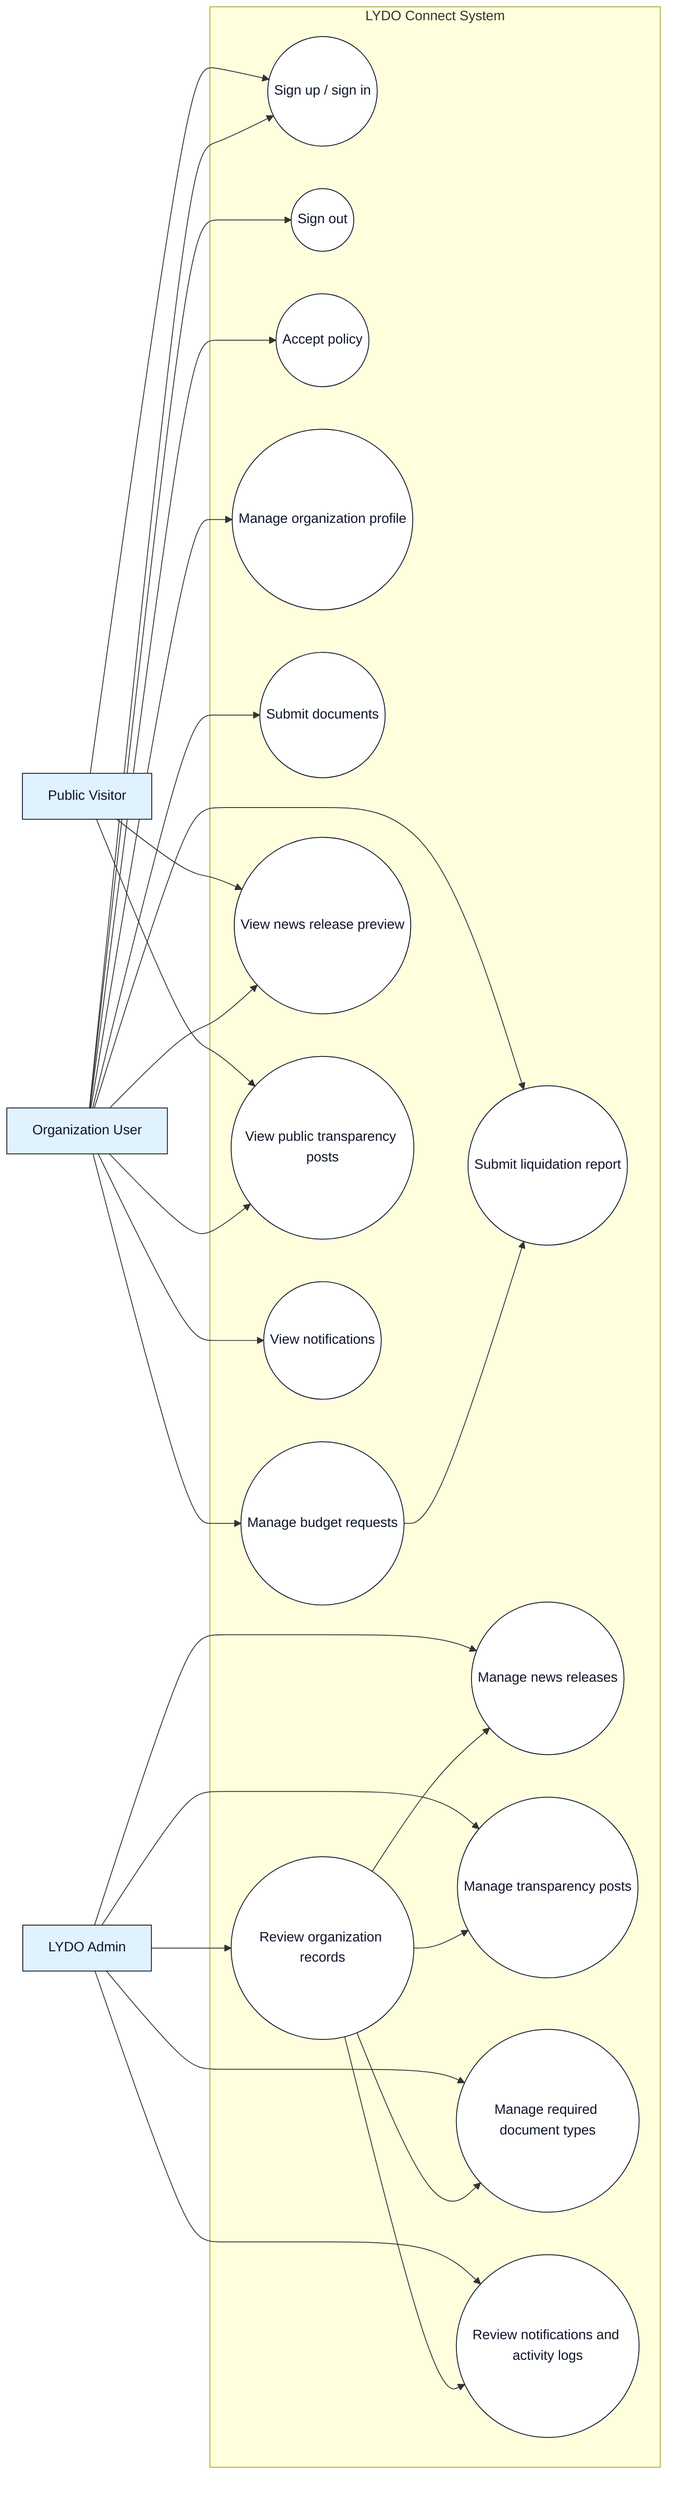
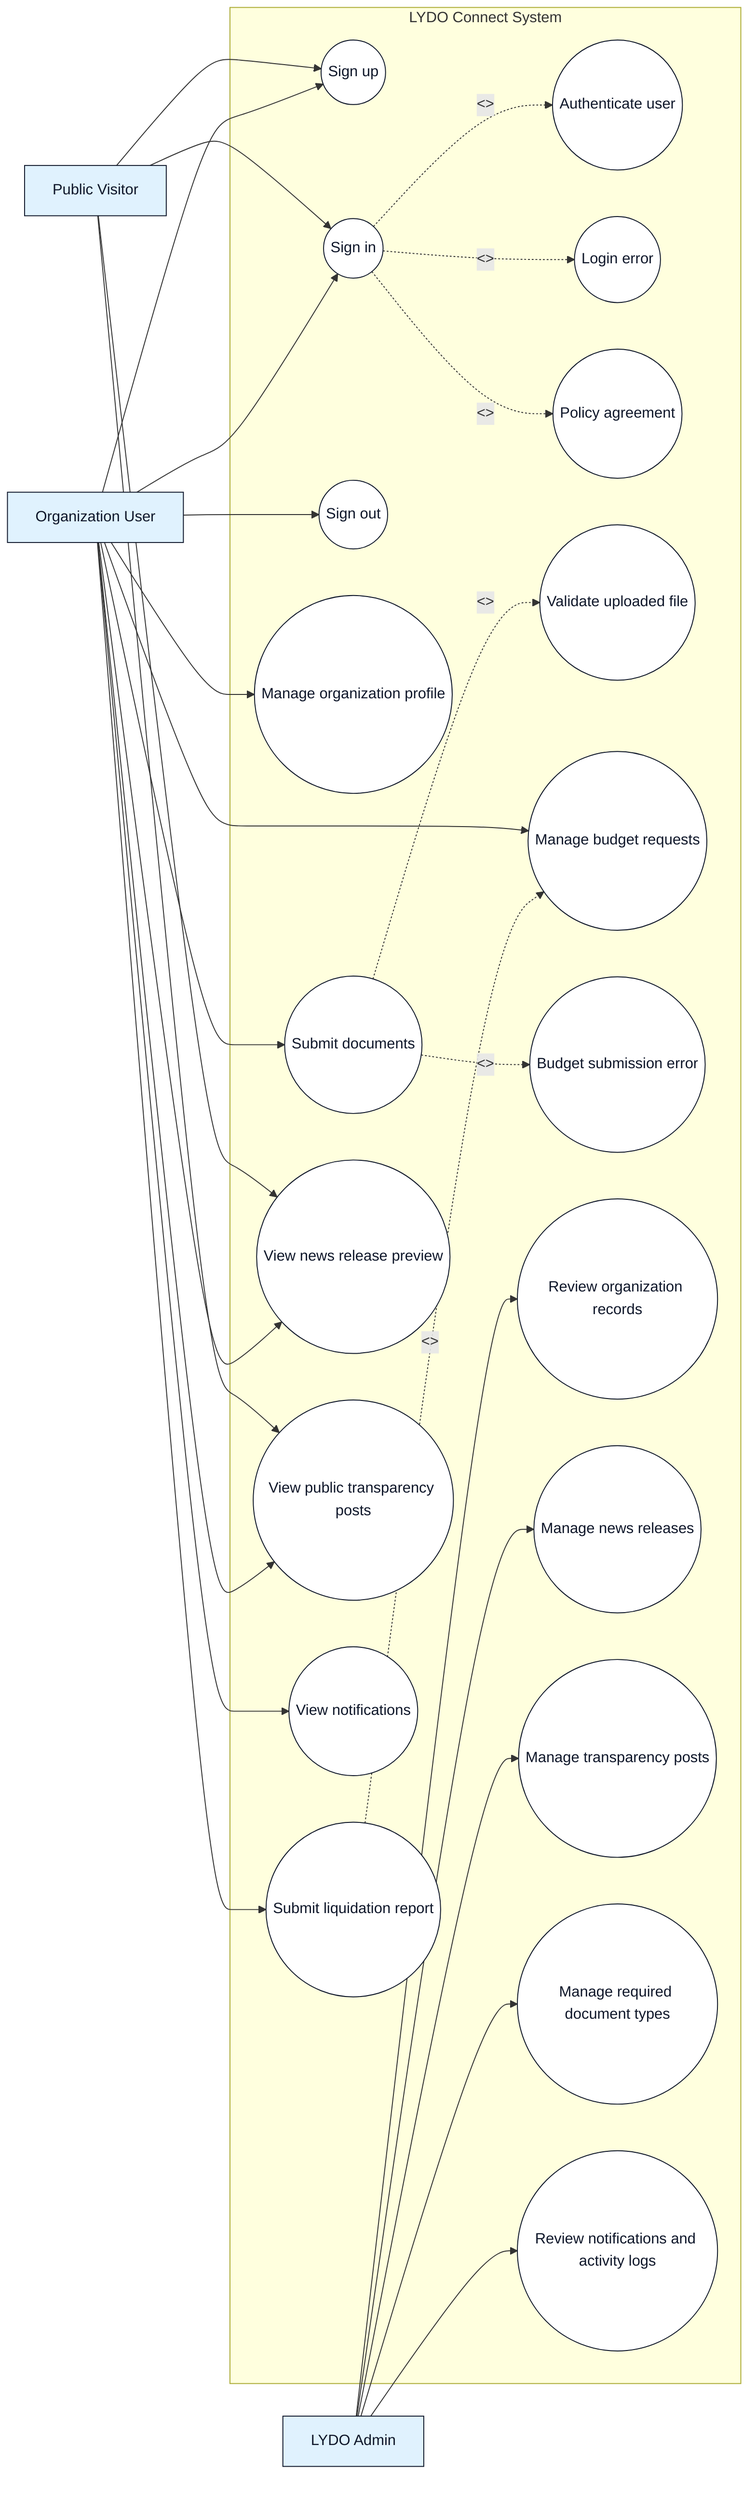
flowchart LR
    PV[Public Visitor]
    OU[Organization User]
    AD[LYDO Admin]

    subgraph SYS[LYDO Connect System]
-       UC1((Sign up / sign in))
-       UC2((Sign out))
-       UC3((Accept policy))
-       UC4((Manage organization profile))
-       UC5((Submit documents))
-       UC6((Manage budget requests))
-       UC7((Submit liquidation report))
-       UC8((View news release preview))
-       UC9((View public transparency posts))
-       UC10((View notifications))
-       UC11((Review organization records))
-       UC12((Manage news releases))
-       UC13((Manage transparency posts))
-       UC14((Manage required document types))
-       UC15((Review notifications and activity logs))
+       UC1((Sign up))
+       UC2((Sign in))
+       UC3((Authenticate user))
+       UC4((Login error))
+       UC5((Policy agreement))
+       UC6((Sign out))
+       UC7((Manage organization profile))
+       UC8((Submit documents))
+       UC9((Validate uploaded file))
+       UC10((Manage budget requests))
+       UC11((Budget submission error))
+       UC12((Submit liquidation report))
+       UC13((View news release preview))
+       UC14((View public transparency posts))
+       UC15((View notifications))
+       UC16((Review organization records))
+       UC17((Manage news releases))
+       UC18((Manage transparency posts))
+       UC19((Manage required document types))
+       UC20((Review notifications and activity logs))
    end

    PV --> UC1
-     PV --> UC8
-     PV --> UC9
+     PV --> UC2
+     PV --> UC13
+     PV --> UC14

    OU --> UC1
    OU --> UC2
-     OU --> UC3
-     OU --> UC4
-     OU --> UC5
    OU --> UC6
    OU --> UC7
    OU --> UC8
-     OU --> UC9
    OU --> UC10
+     OU --> UC12
+     OU --> UC13
+     OU --> UC14
+     OU --> UC15

-     AD --> UC11
-     AD --> UC12
-     AD --> UC13
-     AD --> UC14
-     AD --> UC15
+     AD --> UC16
+     AD --> UC17
+     AD --> UC18
+     AD --> UC19
+     AD --> UC20

-     UC6 --> UC7
-     UC11 --> UC12
-     UC11 --> UC13
-     UC11 --> UC14
-     UC11 --> UC15
+     UC2 -.->|<<include>>| UC3
+     UC2 -.->|<<include>>| UC5
+     UC2 -.->|<<extend>>| UC4
+     UC8 -.->|<<include>>| UC9
+     UC8 -.->|<<extend>>| UC11
+     UC12 -.->|<<extend>>| UC10

    classDef actor fill:#e0f2fe,stroke:#0f172a,stroke-width:1px,color:#0f172a;
    classDef usecase fill:#ffffff,stroke:#0f172a,stroke-width:1px,color:#0f172a;
    class PV,OU,AD actor;
-     class UC1,UC2,UC3,UC4,UC5,UC6,UC7,UC8,UC9,UC10,UC11,UC12,UC13,UC14,UC15 usecase;
+     class UC1,UC2,UC3,UC4,UC5,UC6,UC7,UC8,UC9,UC10,UC11,UC12,UC13,UC14,UC15,UC16,UC17,UC18,UC19,UC20 usecase;
